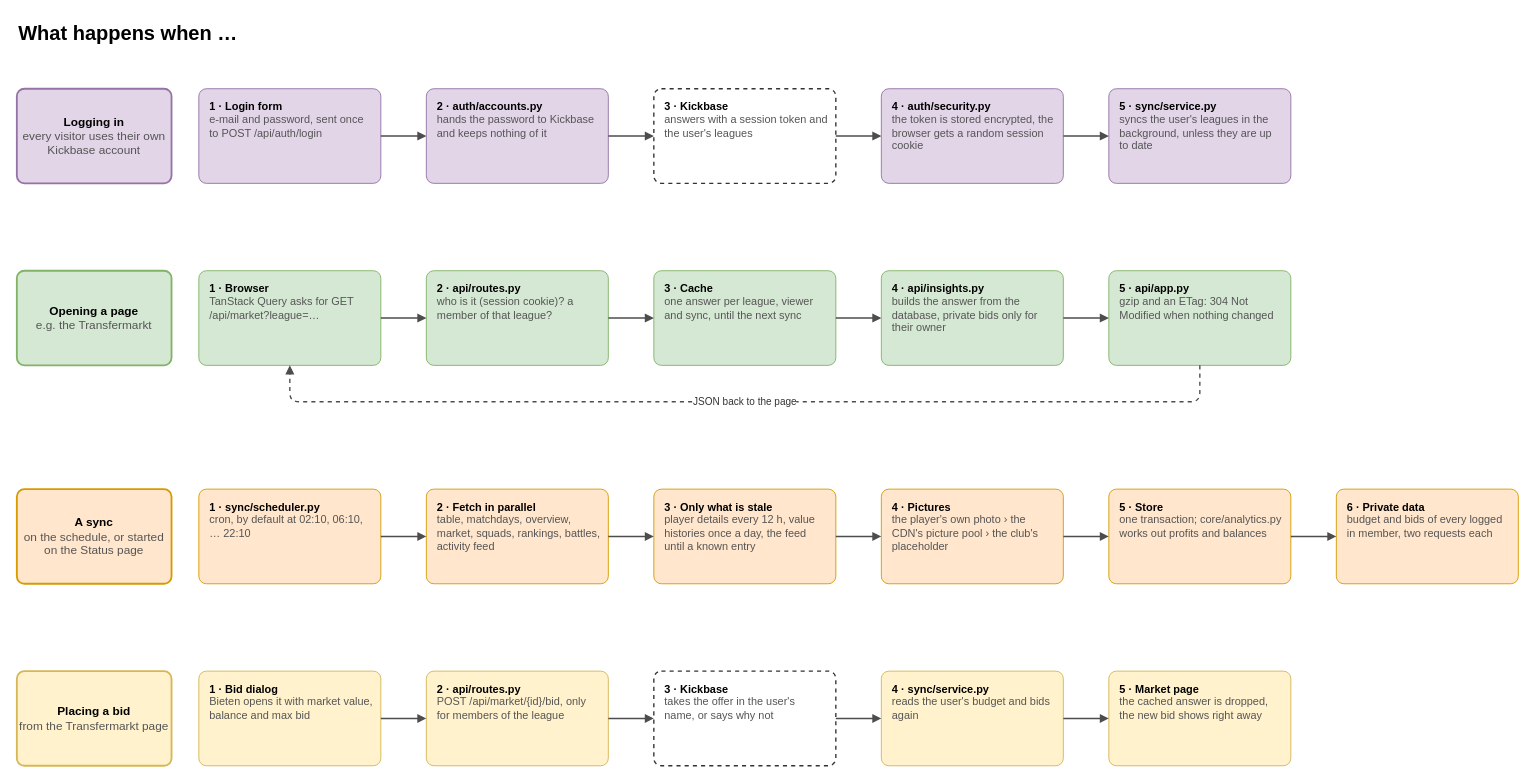
Earlier version of the draw.io diagram page "What happens when …" (2 of 2) of docs/architecture.drawio (casudo/Kickbase-Insights). Source tidied: cells renumbered, new cells numbered last; positions are measured from the earlier drawing's top-left corner, leaving out a move shared by most shapes. Both pictures are drawn from the tidied source at 91%, with x=0, y=0 at pixel (16, 15).
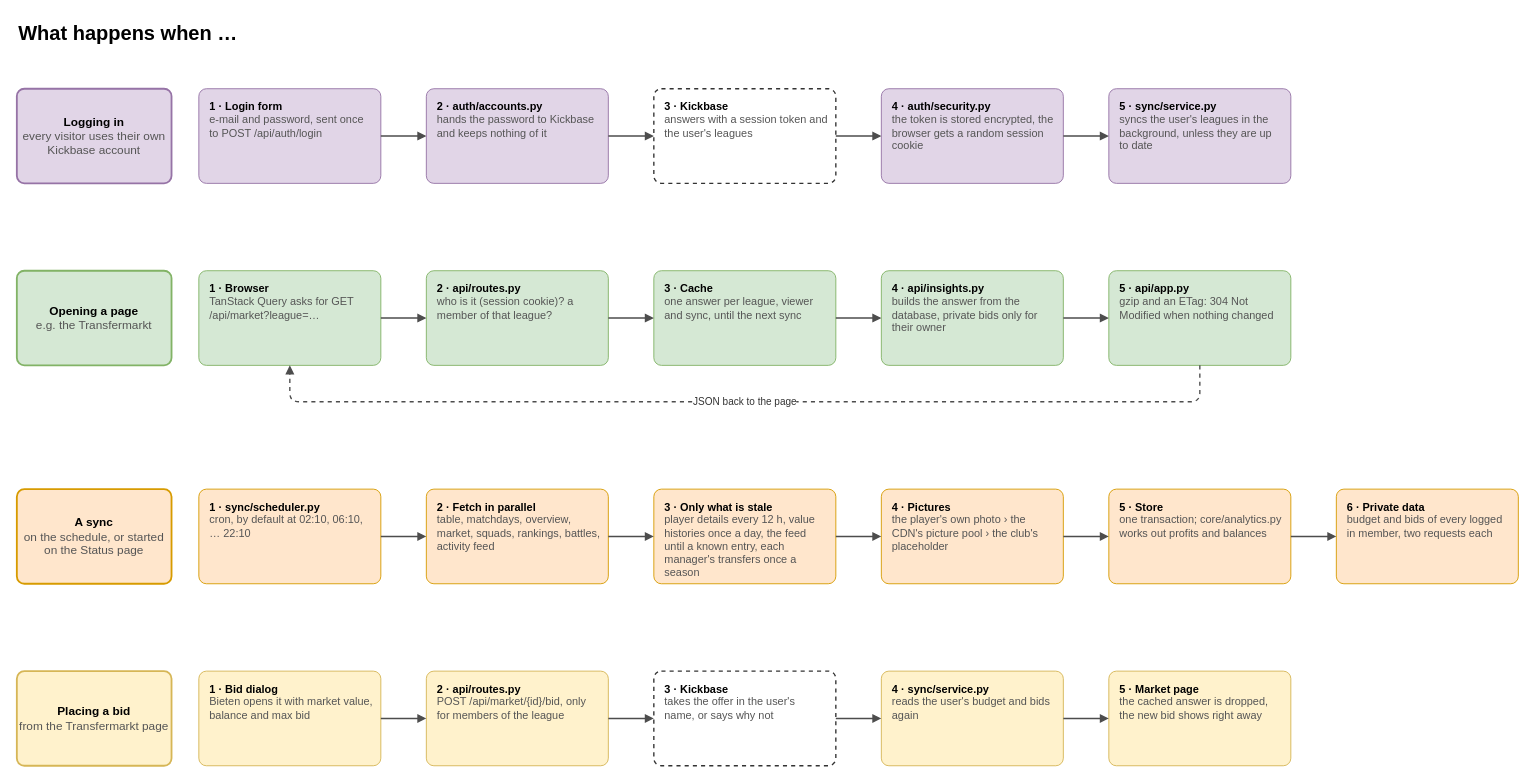
After the change.

Change to the diagram source:
```diff
@@
-    <mxCell id="28" value="&lt;b&gt;3 · Only what is stale&lt;/b&gt;&lt;br&gt;&lt;font color=&quot;#555555&quot;&gt;player details every 12 h, value histories once a day, the feed until a known entry&lt;/font&gt;" style="rounded=1;whiteSpace=wrap;html=1;arcSize=8;align=left;verticalAlign=top;spacingLeft=10;spacingRight=8;spacingTop=6;fontSize=12;fillColor=#ffe6cc;strokeColor=#d79b00;" parent="1" vertex="1">
+    <mxCell id="28" value="&lt;b&gt;3 · Only what is stale&lt;/b&gt;&lt;br&gt;&lt;font color=&quot;#555555&quot;&gt;player details every 12 h, value histories once a day, the feed until a known entry, each manager's transfers once a season&lt;/font&gt;" style="rounded=1;whiteSpace=wrap;html=1;arcSize=8;align=left;verticalAlign=top;spacingLeft=10;spacingRight=8;spacingTop=6;fontSize=12;fillColor=#ffe6cc;strokeColor=#d79b00;" parent="1" vertex="1">
       <mxGeometry x="700" y="520" width="200" height="104" as="geometry" />
     </mxCell>
```
